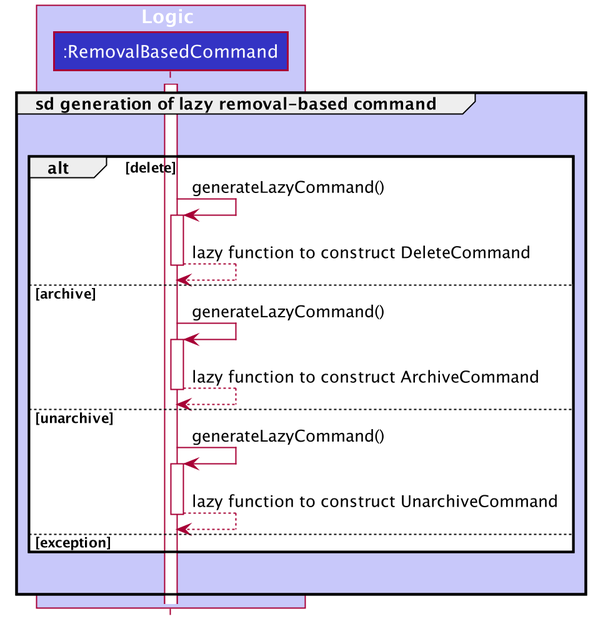
Earlier version of the PlantUML export docs/images/GenerateLazyCommandSequenceDiagram.png (wxwxwxwx9/main).
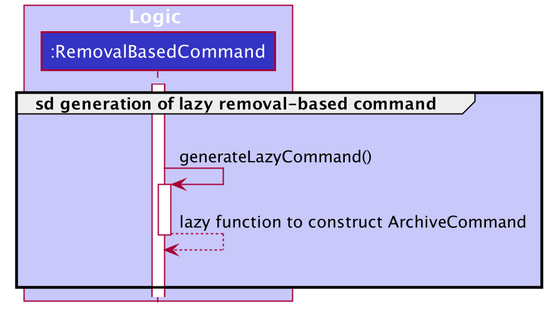
Above is the later version.

Commit message:
Update DG sequence diag according to joanne's advice

The edit, as a diff of the source:
```diff
@@ -57,23 +57,10 @@
 
     activate RemovalBasedCommand
        RemovalBasedCommand -[hidden]-> RemovalBasedCommand
-        alt #white delete
-            RemovalBasedCommand -> RemovalBasedCommand : generateLazyCommand()
-            activate RemovalBasedCommand
-            RemovalBasedCommand --> RemovalBasedCommand : lazy function to construct DeleteCommand
-            deactivate RemovalBasedCommand
-        else archive
             RemovalBasedCommand -> RemovalBasedCommand : generateLazyCommand()
             activate RemovalBasedCommand
             RemovalBasedCommand --> RemovalBasedCommand : lazy function to construct ArchiveCommand
             deactivate RemovalBasedCommand
-        else unarchive
-            RemovalBasedCommand -> RemovalBasedCommand : generateLazyCommand()
-            activate RemovalBasedCommand
-            RemovalBasedCommand --> RemovalBasedCommand : lazy function to construct UnarchiveCommand
-            deactivate RemovalBasedCommand
-        else exception
-        end
 
     RemovalBasedCommand -[hidden]-> RemovalBasedCommand
 
```
